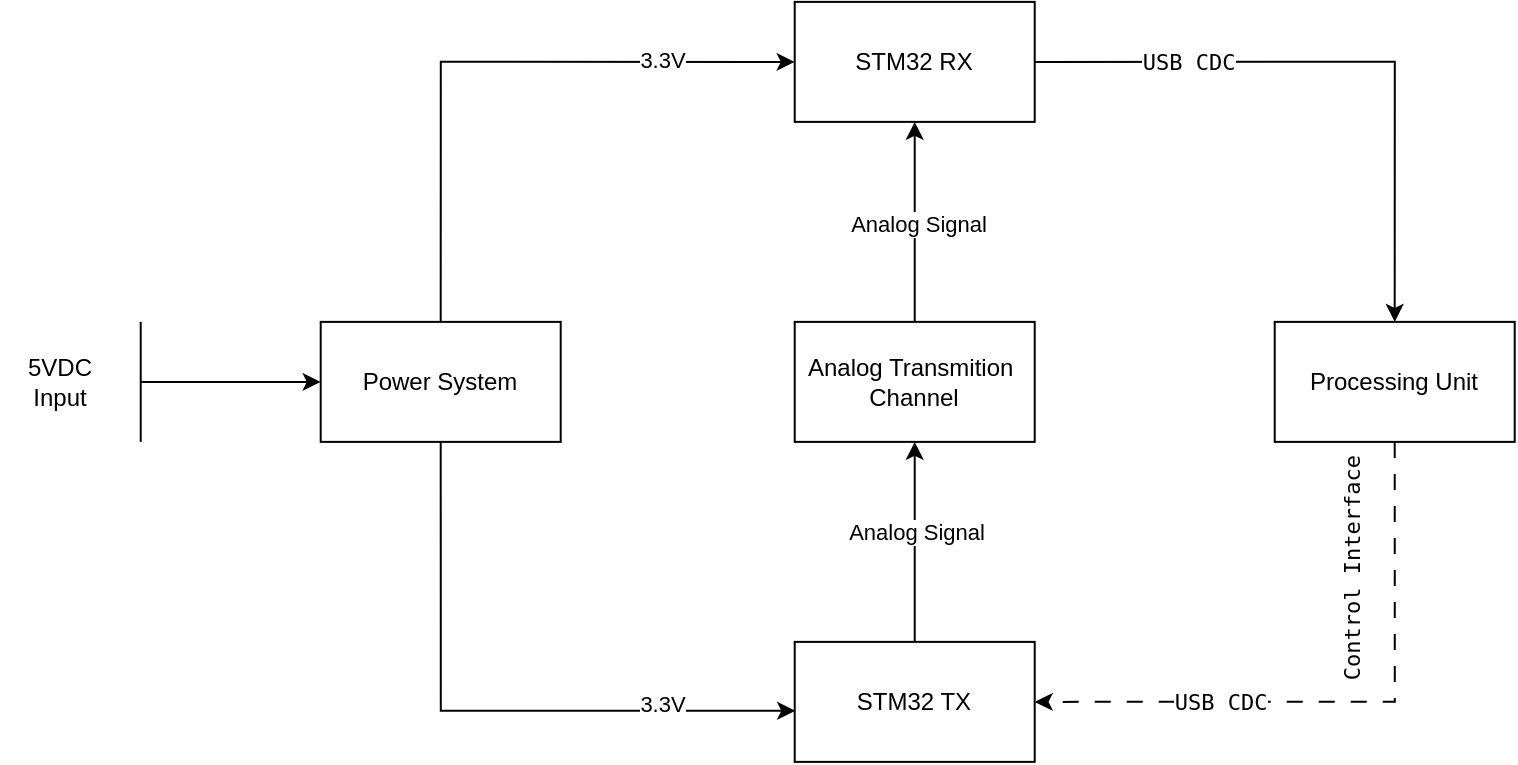
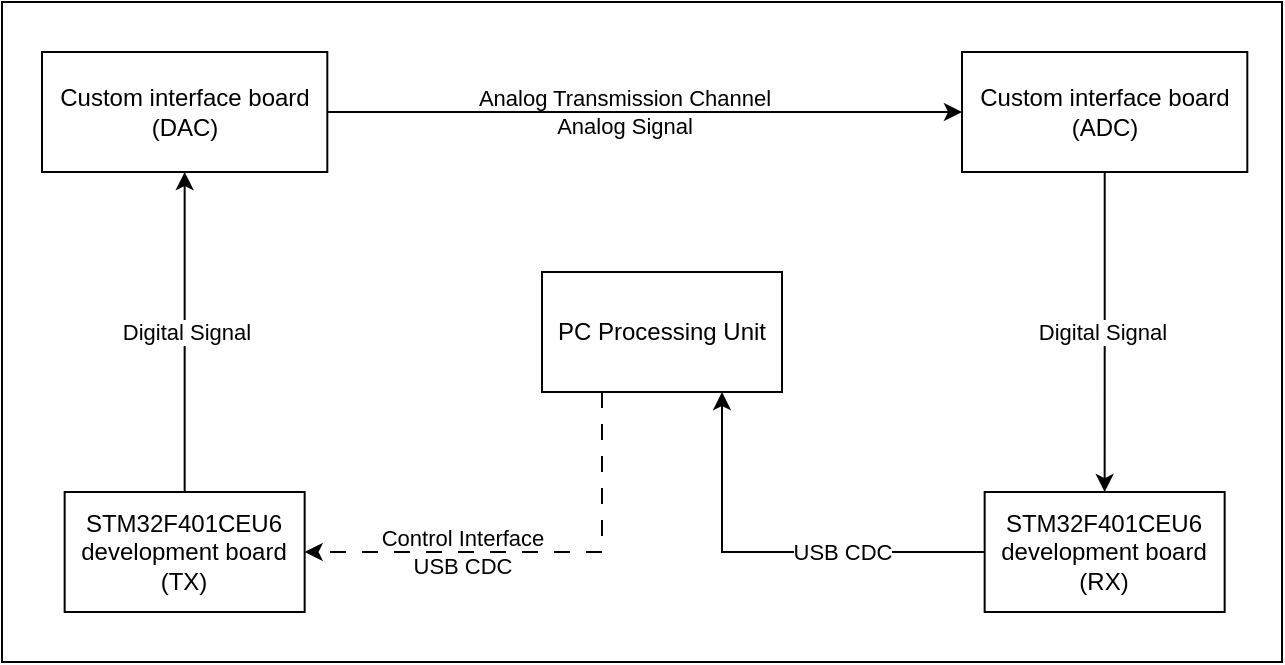
<mxfile host="app.diagrams.net">
  <diagram name="Page-1" id="cBwh0aEz-au7Wqg0l_V9">
-     <mxGraphModel dx="860" dy="473" grid="1" gridSize="10" guides="1" tooltips="1" connect="1" arrows="1" fold="1" page="1" pageScale="1" pageWidth="850" pageHeight="1100" math="0" shadow="0">
+     <mxGraphModel dx="14" dy="473" grid="1" gridSize="10" guides="1" tooltips="1" connect="1" arrows="1" fold="1" page="1" pageScale="1" pageWidth="850" pageHeight="1100" math="0" shadow="0">
      <root>
        <mxCell id="0" />
        <mxCell id="1" parent="0" />
-         <mxCell id="6u0zdsuP37JbfRqQL8Hd-7" edge="1" parent="1" source="6u0zdsuP37JbfRqQL8Hd-9" style="edgeStyle=orthogonalEdgeStyle;rounded=0;orthogonalLoop=1;jettySize=auto;html=1;exitX=0.5;exitY=0;exitDx=0;exitDy=0;entryX=0;entryY=0.5;entryDx=0;entryDy=0;" target="6u0zdsuP37JbfRqQL8Hd-12">
+         <mxCell id="ORhHNYT2ulyYTPtlXPIA-42" parent="1" style="rounded=0;whiteSpace=wrap;html=1;" value="" vertex="1">
+           <mxGeometry height="330" width="640" x="1450" y="235" as="geometry" />
+         </mxCell>
+         <mxCell id="ORhHNYT2ulyYTPtlXPIA-29" edge="1" parent="1" source="ORhHNYT2ulyYTPtlXPIA-6" style="edgeStyle=orthogonalEdgeStyle;rounded=0;orthogonalLoop=1;jettySize=auto;html=1;exitX=0;exitY=0.5;exitDx=0;exitDy=0;entryX=0.75;entryY=1;entryDx=0;entryDy=0;" target="ORhHNYT2ulyYTPtlXPIA-15">
          <mxGeometry relative="1" as="geometry" />
        </mxCell>
-         <mxCell id="6u0zdsuP37JbfRqQL8Hd-8" connectable="0" parent="6u0zdsuP37JbfRqQL8Hd-7" style="edgeLabel;html=1;align=center;verticalAlign=middle;resizable=0;points=[];" value="3.3V" vertex="1">
-           <mxGeometry relative="1" x="0.5331" y="1" as="geometry">
-             <mxPoint x="5" as="offset" />
+         <mxCell id="ORhHNYT2ulyYTPtlXPIA-43" connectable="0" parent="ORhHNYT2ulyYTPtlXPIA-29" style="edgeLabel;html=1;align=center;verticalAlign=middle;resizable=0;points=[];" value="&lt;span&gt;USB CDC&lt;/span&gt;" vertex="1">
+           <mxGeometry relative="1" x="-0.2934" y="2" as="geometry">
+             <mxPoint x="3" y="-2" as="offset" />
          </mxGeometry>
        </mxCell>
-         <mxCell id="6u0zdsuP37JbfRqQL8Hd-9" parent="1" style="rounded=0;whiteSpace=wrap;html=1;" value="Power System" vertex="1">
-           <mxGeometry height="60" width="120" x="760.3529411764707" y="356.9411764705883" as="geometry" />
+         <mxCell id="ORhHNYT2ulyYTPtlXPIA-6" parent="1" style="rounded=0;whiteSpace=wrap;html=1;" value="STM32F401CEU6 development board (RX)" vertex="1">
+           <mxGeometry height="60" width="120" x="1941.3276470588235" y="480.0023529411766" as="geometry" />
        </mxCell>
-         <mxCell id="6u0zdsuP37JbfRqQL8Hd-10" edge="1" parent="1" source="6u0zdsuP37JbfRqQL8Hd-12" style="edgeStyle=orthogonalEdgeStyle;rounded=0;orthogonalLoop=1;jettySize=auto;html=1;exitX=1;exitY=0.5;exitDx=0;exitDy=0;entryX=0.5;entryY=0;entryDx=0;entryDy=0;" target="6u0zdsuP37JbfRqQL8Hd-20">
+         <mxCell id="ORhHNYT2ulyYTPtlXPIA-27" edge="1" parent="1" source="ORhHNYT2ulyYTPtlXPIA-9" style="edgeStyle=orthogonalEdgeStyle;rounded=0;orthogonalLoop=1;jettySize=auto;html=1;entryX=0;entryY=0.5;entryDx=0;entryDy=0;" target="ORhHNYT2ulyYTPtlXPIA-25">
          <mxGeometry relative="1" as="geometry" />
        </mxCell>
-         <mxCell id="6u0zdsuP37JbfRqQL8Hd-11" connectable="0" parent="6u0zdsuP37JbfRqQL8Hd-10" style="edgeLabel;html=1;align=center;verticalAlign=middle;resizable=0;points=[];" value="&lt;pre class=&quot;overflow-visible! px-0!&quot; data-start=&quot;514&quot; data-end=&quot;533&quot;&gt;&lt;div class=&quot;relative w-full mt-4 mb-1&quot;&gt;&lt;div class=&quot;&quot;&gt;&lt;div class=&quot;contents&quot;&gt;&lt;div class=&quot;relative&quot;&gt;&lt;div class=&quot;h-full min-h-0 min-w-0&quot;&gt;&lt;div class=&quot;h-full min-h-0 min-w-0&quot;&gt;&lt;div class=&quot;border border-token-border-light border-radius-3xl corner-superellipse/1.1 rounded-3xl&quot;&gt;&lt;div class=&quot;h-full w-full border-radius-3xl bg-token-bg-elevated-secondary corner-superellipse/1.1 overflow-clip rounded-3xl lxnfua_clipPathFallback&quot;&gt;&lt;div class=&quot;relative&quot;&gt;&lt;div class=&quot;pe-11 pt-3&quot;&gt;&lt;div class=&quot;relative z-0 flex max-w-full&quot;&gt;&lt;div id=&quot;code-block-viewer&quot; dir=&quot;ltr&quot; class=&quot;q9tKkq_viewer cm-editor z-10 light:cm-light dark:cm-light flex h-full w-full flex-col items-stretch ͼs ͼ16&quot;&gt;&lt;div class=&quot;cm-scroller&quot;&gt;&lt;pre class=&quot;cm-content q9tKkq_readonly m-0&quot;&gt;&lt;code&gt;USB CDC&lt;/code&gt;&lt;/pre&gt;&lt;/div&gt;&lt;/div&gt;&lt;/div&gt;&lt;/div&gt;&lt;/div&gt;&lt;/div&gt;&lt;/div&gt;&lt;/div&gt;&lt;/div&gt;&lt;div class=&quot;&quot;&gt;&lt;div class=&quot;&quot;&gt;&lt;/div&gt;&lt;/div&gt;&lt;/div&gt;&lt;/div&gt;&lt;/div&gt;&lt;/div&gt;&lt;/pre&gt;" vertex="1">
-           <mxGeometry relative="1" x="-0.5078" y="3" as="geometry">
-             <mxPoint y="3" as="offset" />
-           </mxGeometry>
-         </mxCell>
-         <mxCell id="6u0zdsuP37JbfRqQL8Hd-12" parent="1" style="rounded=0;whiteSpace=wrap;html=1;" value="STM32 RX" vertex="1">
-           <mxGeometry height="60" width="120" x="997.3529411764707" y="196.9411764705883" as="geometry" />
-         </mxCell>
-         <mxCell id="6u0zdsuP37JbfRqQL8Hd-13" edge="1" parent="1" source="6u0zdsuP37JbfRqQL8Hd-15" style="edgeStyle=orthogonalEdgeStyle;rounded=0;orthogonalLoop=1;jettySize=auto;html=1;exitX=0.5;exitY=0;exitDx=0;exitDy=0;entryX=0.5;entryY=1;entryDx=0;entryDy=0;" target="6u0zdsuP37JbfRqQL8Hd-12">
-           <mxGeometry relative="1" as="geometry" />
-         </mxCell>
-         <mxCell id="6u0zdsuP37JbfRqQL8Hd-14" connectable="0" parent="6u0zdsuP37JbfRqQL8Hd-13" style="edgeLabel;html=1;align=center;verticalAlign=middle;resizable=0;points=[];" value="Analog Signal" vertex="1">
-           <mxGeometry relative="1" x="-0.0152" y="-1" as="geometry">
+         <mxCell id="ORhHNYT2ulyYTPtlXPIA-37" connectable="0" parent="ORhHNYT2ulyYTPtlXPIA-27" style="edgeLabel;html=1;align=center;verticalAlign=middle;resizable=0;points=[];labelBackgroundColor=none;" value="Analog Transmission Channel&lt;br&gt;Analog Signal" vertex="1">
+           <mxGeometry relative="1" x="-0.0642" as="geometry">
            <mxPoint as="offset" />
          </mxGeometry>
        </mxCell>
-         <mxCell id="6u0zdsuP37JbfRqQL8Hd-15" parent="1" style="rounded=0;whiteSpace=wrap;html=1;" value="Analog Transmition&amp;nbsp;&lt;br&gt;Channel" vertex="1">
-           <mxGeometry height="60" width="120" x="997.3529411764707" y="356.9411764705883" as="geometry" />
+         <mxCell id="ORhHNYT2ulyYTPtlXPIA-9" parent="1" style="rounded=0;whiteSpace=wrap;html=1;" value="Custom interface board&lt;div&gt;(DAC)&lt;/div&gt;" vertex="1">
+           <mxGeometry height="60" width="142.65" x="1470.004705882353" y="260.00117647058835" as="geometry" />
        </mxCell>
-         <mxCell id="6u0zdsuP37JbfRqQL8Hd-16" edge="1" parent="1" source="6u0zdsuP37JbfRqQL8Hd-18" style="edgeStyle=orthogonalEdgeStyle;rounded=0;orthogonalLoop=1;jettySize=auto;html=1;exitX=0.5;exitY=0;exitDx=0;exitDy=0;entryX=0.5;entryY=1;entryDx=0;entryDy=0;" target="6u0zdsuP37JbfRqQL8Hd-15">
+         <mxCell id="ORhHNYT2ulyYTPtlXPIA-26" edge="1" parent="1" source="ORhHNYT2ulyYTPtlXPIA-12" style="edgeStyle=orthogonalEdgeStyle;rounded=0;orthogonalLoop=1;jettySize=auto;html=1;exitX=0.5;exitY=0;exitDx=0;exitDy=0;entryX=0.5;entryY=1;entryDx=0;entryDy=0;" target="ORhHNYT2ulyYTPtlXPIA-9">
          <mxGeometry relative="1" as="geometry" />
        </mxCell>
-         <mxCell id="6u0zdsuP37JbfRqQL8Hd-17" connectable="0" parent="6u0zdsuP37JbfRqQL8Hd-16" style="edgeLabel;html=1;align=center;verticalAlign=middle;resizable=0;points=[];" value="Analog Signal" vertex="1">
-           <mxGeometry relative="1" x="0.099" as="geometry">
-             <mxPoint as="offset" />
+         <mxCell id="ORhHNYT2ulyYTPtlXPIA-36" connectable="0" parent="ORhHNYT2ulyYTPtlXPIA-26" style="edgeLabel;html=1;align=center;verticalAlign=middle;resizable=0;points=[];" value="Digital Signal" vertex="1">
+           <mxGeometry relative="1" x="-0.0893" y="1" as="geometry">
+             <mxPoint x="1" y="-7" as="offset" />
          </mxGeometry>
        </mxCell>
-         <mxCell id="6u0zdsuP37JbfRqQL8Hd-18" parent="1" style="rounded=0;whiteSpace=wrap;html=1;" value="STM32 TX" vertex="1">
-           <mxGeometry height="60" width="120" x="997.3529411764707" y="516.9411764705883" as="geometry" />
+         <mxCell id="ORhHNYT2ulyYTPtlXPIA-12" parent="1" style="rounded=0;whiteSpace=wrap;html=1;" value="STM32F401CEU6 development board (TX)" vertex="1">
+           <mxGeometry height="60" width="120" x="1481.3276470588235" y="480.0023529411766" as="geometry" />
        </mxCell>
-         <mxCell id="6u0zdsuP37JbfRqQL8Hd-19" edge="1" parent="1" source="6u0zdsuP37JbfRqQL8Hd-20" style="edgeStyle=orthogonalEdgeStyle;rounded=0;orthogonalLoop=1;jettySize=auto;html=1;exitX=0.5;exitY=1;exitDx=0;exitDy=0;entryX=1;entryY=0.5;entryDx=0;entryDy=0;dashed=1;dashPattern=8 8;" target="6u0zdsuP37JbfRqQL8Hd-18">
+         <mxCell id="ORhHNYT2ulyYTPtlXPIA-30" edge="1" parent="1" source="ORhHNYT2ulyYTPtlXPIA-15" style="edgeStyle=orthogonalEdgeStyle;rounded=0;orthogonalLoop=1;jettySize=auto;html=1;exitX=0.25;exitY=1;exitDx=0;exitDy=0;entryX=1;entryY=0.5;entryDx=0;entryDy=0;dashed=1;dashPattern=8 8;" target="ORhHNYT2ulyYTPtlXPIA-12">
          <mxGeometry relative="1" as="geometry" />
        </mxCell>
-         <mxCell id="6u0zdsuP37JbfRqQL8Hd-27" connectable="0" parent="6u0zdsuP37JbfRqQL8Hd-19" style="edgeLabel;html=1;align=center;verticalAlign=middle;resizable=0;points=[];rotation=-90;" value="&lt;pre class=&quot;cm-content q9tKkq_readonly m-0&quot;&gt;&lt;code&gt;Control Interface&lt;/code&gt;&lt;/pre&gt;" vertex="1">
-           <mxGeometry relative="1" x="-0.5874" y="-1" as="geometry">
-             <mxPoint x="-21" as="offset" />
+         <mxCell id="ORhHNYT2ulyYTPtlXPIA-32" connectable="0" parent="ORhHNYT2ulyYTPtlXPIA-30" style="edgeLabel;html=1;align=center;verticalAlign=middle;resizable=0;points=[];labelBackgroundColor=none;" value="Control Interface&lt;br&gt;USB CDC" vertex="1">
+           <mxGeometry relative="1" x="0.2619" y="-2" as="geometry">
+             <mxPoint x="-6" y="2" as="offset" />
          </mxGeometry>
        </mxCell>
-         <mxCell id="6u0zdsuP37JbfRqQL8Hd-20" parent="1" style="rounded=0;whiteSpace=wrap;html=1;" value="Processing Unit" vertex="1">
-           <mxGeometry height="60" width="120" x="1237.3529411764707" y="356.9411764705883" as="geometry" />
+         <mxCell id="ORhHNYT2ulyYTPtlXPIA-15" parent="1" style="rounded=0;whiteSpace=wrap;html=1;" value="PC Processing Unit" vertex="1">
+           <mxGeometry height="60" width="120" x="1719.9976470588235" y="370.00235294117647" as="geometry" />
        </mxCell>
-         <mxCell id="6u0zdsuP37JbfRqQL8Hd-21" edge="1" parent="1" source="6u0zdsuP37JbfRqQL8Hd-9" style="edgeStyle=orthogonalEdgeStyle;rounded=0;orthogonalLoop=1;jettySize=auto;html=1;exitX=0.5;exitY=1;exitDx=0;exitDy=0;entryX=0.002;entryY=0.574;entryDx=0;entryDy=0;entryPerimeter=0;" target="6u0zdsuP37JbfRqQL8Hd-18">
+         <mxCell id="ORhHNYT2ulyYTPtlXPIA-28" edge="1" parent="1" source="ORhHNYT2ulyYTPtlXPIA-25" style="edgeStyle=orthogonalEdgeStyle;rounded=0;orthogonalLoop=1;jettySize=auto;html=1;entryX=0.5;entryY=0;entryDx=0;entryDy=0;" target="ORhHNYT2ulyYTPtlXPIA-6">
          <mxGeometry relative="1" as="geometry" />
        </mxCell>
-         <mxCell id="6u0zdsuP37JbfRqQL8Hd-22" connectable="0" parent="6u0zdsuP37JbfRqQL8Hd-21" style="edgeLabel;html=1;align=center;verticalAlign=middle;resizable=0;points=[];" value="3.3V" vertex="1">
-           <mxGeometry relative="1" x="0.541" y="-2" as="geometry">
-             <mxPoint x="5" y="-6" as="offset" />
-           </mxGeometry>
+         <mxCell id="ORhHNYT2ulyYTPtlXPIA-25" parent="1" style="rounded=0;whiteSpace=wrap;html=1;" value="Custom interface board&lt;div&gt;(ADC)&lt;/div&gt;" vertex="1">
+           <mxGeometry height="60" width="142.65" x="1930.004705882353" y="260.0011764705883" as="geometry" />
        </mxCell>
-         <mxCell id="6u0zdsuP37JbfRqQL8Hd-23" edge="1" parent="1" style="endArrow=classic;html=1;rounded=0;" value="">
-           <mxGeometry height="50" relative="1" width="50" as="geometry">
-             <mxPoint x="670.3529411764707" y="386.9411764705883" as="sourcePoint" />
-             <mxPoint x="760.3529411764707" y="386.9411764705883" as="targetPoint" />
-           </mxGeometry>
-         </mxCell>
-         <mxCell id="6u0zdsuP37JbfRqQL8Hd-24" edge="1" parent="1" style="endArrow=none;html=1;rounded=0;" value="">
-           <mxGeometry height="50" relative="1" width="50" as="geometry">
-             <Array as="points">
-               <mxPoint x="670.3529411764707" y="386.9411764705883" />
-             </Array>
-             <mxPoint x="670.3529411764707" y="416.9411764705883" as="sourcePoint" />
-             <mxPoint x="670.3529411764707" y="356.9411764705883" as="targetPoint" />
-           </mxGeometry>
-         </mxCell>
-         <mxCell id="6u0zdsuP37JbfRqQL8Hd-25" parent="1" style="text;html=1;whiteSpace=wrap;strokeColor=none;fillColor=none;align=center;verticalAlign=middle;rounded=0;" value="5VDC&lt;br&gt;Input" vertex="1">
-           <mxGeometry height="30" width="60" x="600.3529411764707" y="371.9411764705883" as="geometry" />
-         </mxCell>
-         <mxCell id="6u0zdsuP37JbfRqQL8Hd-26" connectable="0" parent="1" style="edgeLabel;html=1;align=center;verticalAlign=middle;resizable=0;points=[];" value="&lt;pre class=&quot;overflow-visible! px-0!&quot; data-start=&quot;514&quot; data-end=&quot;533&quot;&gt;&lt;div class=&quot;relative w-full mt-4 mb-1&quot;&gt;&lt;div class=&quot;&quot;&gt;&lt;div class=&quot;contents&quot;&gt;&lt;div class=&quot;relative&quot;&gt;&lt;div class=&quot;h-full min-h-0 min-w-0&quot;&gt;&lt;div class=&quot;h-full min-h-0 min-w-0&quot;&gt;&lt;div class=&quot;border border-token-border-light border-radius-3xl corner-superellipse/1.1 rounded-3xl&quot;&gt;&lt;div class=&quot;h-full w-full border-radius-3xl bg-token-bg-elevated-secondary corner-superellipse/1.1 overflow-clip rounded-3xl lxnfua_clipPathFallback&quot;&gt;&lt;div class=&quot;relative&quot;&gt;&lt;div class=&quot;pe-11 pt-3&quot;&gt;&lt;div class=&quot;relative z-0 flex max-w-full&quot;&gt;&lt;div id=&quot;code-block-viewer&quot; dir=&quot;ltr&quot; class=&quot;q9tKkq_viewer cm-editor z-10 light:cm-light dark:cm-light flex h-full w-full flex-col items-stretch ͼs ͼ16&quot;&gt;&lt;div class=&quot;cm-scroller&quot;&gt;&lt;pre class=&quot;cm-content q9tKkq_readonly m-0&quot;&gt;&lt;pre class=&quot;overflow-visible! px-0!&quot; data-start=&quot;741&quot; data-end=&quot;780&quot;&gt;&lt;div class=&quot;relative w-full mt-4 mb-1&quot;&gt;&lt;div class=&quot;&quot;&gt;&lt;div class=&quot;contents&quot;&gt;&lt;div class=&quot;relative&quot;&gt;&lt;div class=&quot;h-full min-h-0 min-w-0&quot;&gt;&lt;div class=&quot;h-full min-h-0 min-w-0&quot;&gt;&lt;div class=&quot;border border-token-border-light border-radius-3xl corner-superellipse/1.1 rounded-3xl&quot;&gt;&lt;div class=&quot;h-full w-full border-radius-3xl bg-token-bg-elevated-secondary corner-superellipse/1.1 overflow-clip rounded-3xl lxnfua_clipPathFallback&quot;&gt;&lt;div class=&quot;relative&quot;&gt;&lt;div class=&quot;pe-11 pt-3&quot;&gt;&lt;div class=&quot;relative z-0 flex max-w-full&quot;&gt;&lt;div id=&quot;code-block-viewer&quot; dir=&quot;ltr&quot; class=&quot;q9tKkq_viewer cm-editor z-10 light:cm-light dark:cm-light flex h-full w-full flex-col items-stretch ͼs ͼ16&quot;&gt;&lt;div class=&quot;cm-scroller&quot;&gt;&lt;pre class=&quot;cm-content q9tKkq_readonly m-0&quot;&gt;&lt;code&gt;USB CDC&lt;/code&gt;&lt;/pre&gt;&lt;/div&gt;&lt;/div&gt;&lt;/div&gt;&lt;/div&gt;&lt;/div&gt;&lt;/div&gt;&lt;/div&gt;&lt;/div&gt;&lt;/div&gt;&lt;/div&gt;&lt;/div&gt;&lt;/div&gt;&lt;/div&gt;&lt;/pre&gt;&lt;/pre&gt;&lt;/div&gt;&lt;/div&gt;&lt;/div&gt;&lt;/div&gt;&lt;/div&gt;&lt;/div&gt;&lt;/div&gt;&lt;/div&gt;&lt;/div&gt;&lt;div class=&quot;&quot;&gt;&lt;div class=&quot;&quot;&gt;&lt;/div&gt;&lt;/div&gt;&lt;/div&gt;&lt;/div&gt;&lt;/div&gt;&lt;/div&gt;&lt;/pre&gt;" vertex="1">
-           <mxGeometry x="1250.0029411764708" y="326.9411764705883" as="geometry">
-             <mxPoint x="-40" y="220" as="offset" />
-           </mxGeometry>
+         <mxCell id="ORhHNYT2ulyYTPtlXPIA-39" connectable="0" parent="1" style="edgeLabel;html=1;align=center;verticalAlign=middle;resizable=0;points=[];" value="Digital Signal" vertex="1">
+           <mxGeometry x="2000" y="400" as="geometry" />
        </mxCell>
      </root>
    </mxGraphModel>
  </diagram>
</mxfile>
